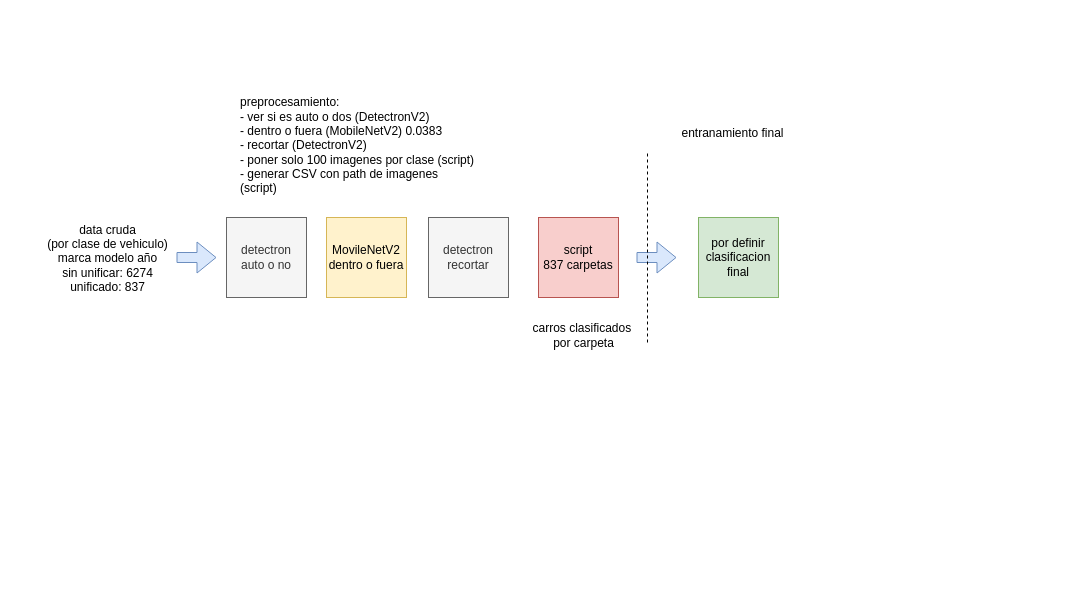
The draw.io diagram documentation/Diagrama sin título.drawio in josueelias9/AI-resnet_retraining, before the edit. Source tidied: cells renumbered, new cells numbered last; positions are measured from the earlier drawing's top-left corner, leaving out a move shared by most shapes. Both pictures are drawn from the tidied source at 100%, with x=0, y=0 at pixel (37, 88).
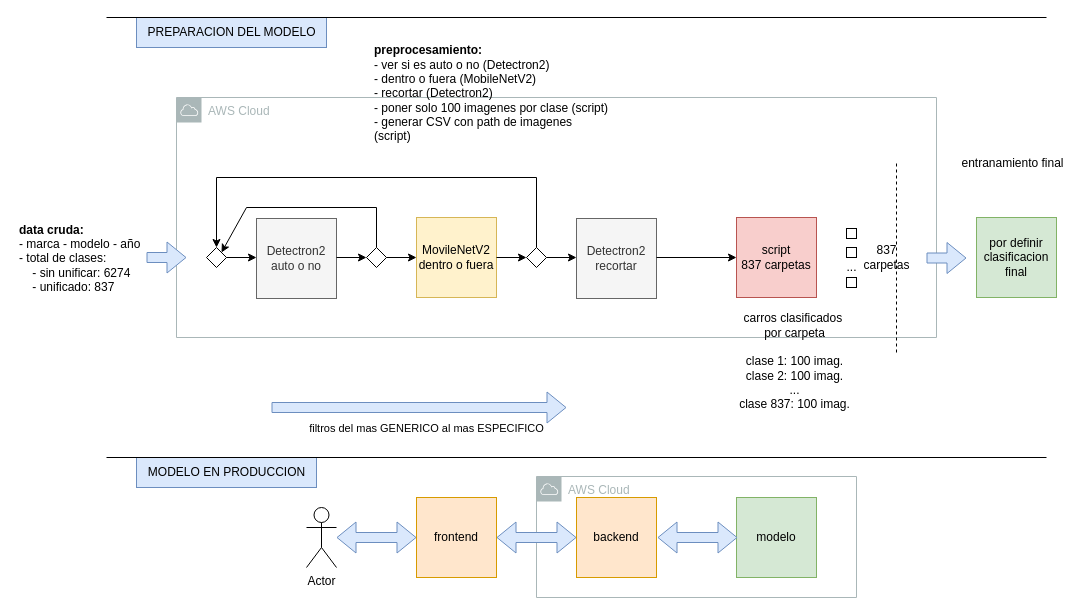
Above is the later version.

The edit, as a diff of the source:
```diff
@@
+    <mxCell id="14" value="AWS Cloud" style="sketch=0;gradientColor=none;html=1;whiteSpace=wrap;fontSize=12;fontStyle=0;shape=mxgraph.aws4.group;grIcon=mxgraph.aws4.group_aws_cloud;strokeColor=#AAB7B8;fillColor=none;verticalAlign=top;align=left;spacingLeft=30;fontColor=#AAB7B8;dashed=0;" parent="1" vertex="1">
+      <mxGeometry x="499" y="388" width="320" height="121" as="geometry" />
+    </mxCell>
+    <mxCell id="15" value="AWS Cloud" style="sketch=0;gradientColor=none;html=1;whiteSpace=wrap;fontSize=12;fontStyle=0;shape=mxgraph.aws4.group;grIcon=mxgraph.aws4.group_aws_cloud;strokeColor=#AAB7B8;fillColor=none;verticalAlign=top;align=left;spacingLeft=30;fontColor=#AAB7B8;dashed=0;" parent="1" vertex="1">
+      <mxGeometry x="139" y="9" width="760" height="240" as="geometry" />
+    </mxCell>
-    <mxCell id="2" value="detectron&lt;br&gt;auto o no" style="whiteSpace=wrap;html=1;fillColor=#f5f5f5;fontColor=#333333;strokeColor=#666666;" parent="1" vertex="1">
-      <mxGeometry x="189" y="129" width="80" height="80" as="geometry" />
+    <mxCell id="2" value="Detectron2&lt;br&gt;auto o no" style="whiteSpace=wrap;html=1;fillColor=#f5f5f5;fontColor=#333333;strokeColor=#666666;" parent="1" vertex="1">
+      <mxGeometry x="219" y="130" width="80" height="80" as="geometry" />
     </mxCell>
     <mxCell id="3" style="shape=flexArrow;endArrow=classic;html=1;rounded=0;fillColor=#dae8fc;strokeColor=#6c8ebf;" parent="1" edge="1">
       <mxGeometry relative="1" as="geometry">
-        <mxPoint x="139" y="169" as="sourcePoint" />
-        <mxPoint x="179" y="169" as="targetPoint" />
+        <mxPoint x="109" y="169" as="sourcePoint" />
+        <mxPoint x="149" y="169" as="targetPoint" />
       </mxGeometry>
     </mxCell>
     <mxCell id="4" value="MovileNetV2&lt;br&gt;dentro o fuera" style="whiteSpace=wrap;html=1;fillColor=#fff2cc;strokeColor=#d6b656;" parent="1" vertex="1">
-      <mxGeometry x="289" y="129" width="80" height="80" as="geometry" />
+      <mxGeometry x="379" y="129" width="80" height="80" as="geometry" />
     </mxCell>
     <mxCell id="5" style="shape=flexArrow;endArrow=classic;html=1;rounded=0;fillColor=#dae8fc;strokeColor=#6c8ebf;" parent="1" edge="1">
       <mxGeometry relative="1" as="geometry">
-        <mxPoint x="599" y="169" as="sourcePoint" />
-        <mxPoint x="639" y="169" as="targetPoint" />
+        <mxPoint x="889" y="169.5" as="sourcePoint" />
+        <mxPoint x="929" y="169.5" as="targetPoint" />
       </mxGeometry>
     </mxCell>
-    <mxCell id="6" value="data cruda&lt;br&gt;(por clase de vehiculo)&lt;br&gt;marca modelo año&lt;br&gt;sin unificar: 6274&lt;br&gt;unificado: 837" style="text;html=1;align=center;verticalAlign=middle;strokeColor=none;fillColor=none;" parent="1" vertex="1">
-      <mxGeometry y="128" width="139" height="84" as="geometry" />
+    <mxCell id="6" value="&lt;b&gt;data cruda:&lt;/b&gt;&lt;br&gt;- marca - modelo - año&lt;br&gt;- total de clases:&lt;br&gt;&amp;nbsp; &amp;nbsp; - sin unificar: 6274&lt;br&gt;&amp;nbsp; &amp;nbsp; - unificado: 837" style="text;html=1;align=left;verticalAlign=middle;strokeColor=none;fillColor=none;" parent="1" vertex="1">
+      <mxGeometry x="-20" y="125" width="140" height="90" as="geometry" />
     </mxCell>
-    <mxCell id="7" value="carros clasificados&amp;nbsp;&lt;br&gt;por carpeta" style="text;html=1;align=center;verticalAlign=middle;strokeColor=none;fillColor=none;" parent="1" vertex="1">
-      <mxGeometry x="486" y="226" width="120" height="41" as="geometry" />
+    <mxCell id="7" value="carros clasificados&amp;nbsp;&lt;br&gt;por carpeta&lt;br&gt;&lt;br&gt;clase 1: 100 imag.&lt;br&gt;clase 2: 100&amp;nbsp;imag.&lt;br&gt;...&lt;br&gt;clase 837: 100&amp;nbsp;imag." style="text;html=1;align=center;verticalAlign=middle;strokeColor=none;fillColor=none;" parent="1" vertex="1">
+      <mxGeometry x="692" y="216" width="129" height="113" as="geometry" />
     </mxCell>
-    <mxCell id="8" value="preprocesamiento:&lt;br&gt;- ver si es auto o dos (DetectronV2)&lt;br&gt;&lt;span style=&quot;background-color: initial;&quot;&gt;- dentro o fuera (MobileNetV2) 0.0383&lt;/span&gt;&lt;br&gt;&lt;div style=&quot;&quot;&gt;&lt;span style=&quot;background-color: initial;&quot;&gt;- recortar (DetectronV2)&lt;/span&gt;&lt;/div&gt;&lt;div style=&quot;&quot;&gt;&lt;span style=&quot;background-color: initial;&quot;&gt;- poner solo 100 imagenes por clase (script)&lt;/span&gt;&lt;/div&gt;&lt;div style=&quot;&quot;&gt;&lt;span style=&quot;background-color: initial;&quot;&gt;- generar CSV con path de imagenes&amp;nbsp;&lt;/span&gt;&lt;/div&gt;(script)" style="text;html=1;align=left;verticalAlign=middle;strokeColor=none;fillColor=none;" parent="1" vertex="1">
-      <mxGeometry x="201" width="252" height="113" as="geometry" />
+    <mxCell id="8" value="&lt;b&gt;preprocesamiento:&lt;br&gt;&lt;/b&gt;- ver si es auto o no&amp;nbsp;(Detectron2)&lt;br&gt;&lt;span style=&quot;background-color: initial;&quot;&gt;- dentro o fuera (MobileNetV2)&lt;/span&gt;&lt;br&gt;&lt;div style=&quot;&quot;&gt;&lt;span style=&quot;background-color: initial;&quot;&gt;- recortar (Detectron2)&lt;/span&gt;&lt;/div&gt;&lt;div style=&quot;&quot;&gt;&lt;span style=&quot;background-color: initial;&quot;&gt;- poner solo 100 imagenes por clase (script)&lt;/span&gt;&lt;/div&gt;&lt;div style=&quot;&quot;&gt;&lt;span style=&quot;background-color: initial;&quot;&gt;- generar CSV con path de imagenes&amp;nbsp;&lt;/span&gt;&lt;/div&gt;(script)" style="text;html=1;align=left;verticalAlign=middle;strokeColor=none;fillColor=none;" parent="1" vertex="1">
+      <mxGeometry x="335" y="-50" width="260" height="110" as="geometry" />
     </mxCell>
-    <mxCell id="9" value="detectron&lt;br&gt;recortar" style="whiteSpace=wrap;html=1;fillColor=#f5f5f5;fontColor=#333333;strokeColor=#666666;" parent="1" vertex="1">
-      <mxGeometry x="391" y="129" width="80" height="80" as="geometry" />
+    <mxCell id="9" value="Detectron2&lt;br&gt;recortar" style="whiteSpace=wrap;html=1;fillColor=#f5f5f5;fontColor=#333333;strokeColor=#666666;" parent="1" vertex="1">
+      <mxGeometry x="539" y="130" width="80" height="80" as="geometry" />
     </mxCell>
     <mxCell id="10" value="por definir&lt;br&gt;clasificacion final" style="whiteSpace=wrap;html=1;fillColor=#d5e8d4;strokeColor=#82b366;" parent="1" vertex="1">
-      <mxGeometry x="661" y="129" width="80" height="80" as="geometry" />
+      <mxGeometry x="939" y="129" width="80" height="80" as="geometry" />
     </mxCell>
     <mxCell id="11" value="script&lt;br&gt;837 carpetas" style="whiteSpace=wrap;html=1;fillColor=#f8cecc;strokeColor=#b85450;" parent="1" vertex="1">
-      <mxGeometry x="501" y="129" width="80" height="80" as="geometry" />
+      <mxGeometry x="699" y="129" width="80" height="80" as="geometry" />
     </mxCell>
     <mxCell id="12" value="entranamiento final" style="text;html=1;align=center;verticalAlign=middle;strokeColor=none;fillColor=none;" parent="1" vertex="1">
-      <mxGeometry x="635" y="32" width="120" height="26" as="geometry" />
+      <mxGeometry x="915" y="62" width="120" height="26" as="geometry" />
     </mxCell>
     <mxCell id="13" style="endArrow=none;dashed=1;html=1;rounded=0;" parent="1" edge="1">
       <mxGeometry relative="1" as="geometry">
-        <mxPoint x="610" y="254" as="sourcePoint" />
-        <mxPoint x="610" y="64" as="targetPoint" />
+        <mxPoint x="859" y="264" as="sourcePoint" />
+        <mxPoint x="859" y="74" as="targetPoint" />
       </mxGeometry>
     </mxCell>
+    <mxCell id="16" style="shape=flexArrow;endArrow=classic;html=1;rounded=0;fillColor=#dae8fc;strokeColor=#6c8ebf;" parent="1" edge="1">
+      <mxGeometry relative="1" as="geometry">
+        <mxPoint x="234" y="319" as="sourcePoint" />
+        <mxPoint x="529" y="319" as="targetPoint" />
+      </mxGeometry>
+    </mxCell>
+    <mxCell id="17" value="filtros del mas GENERICO al mas ESPECIFICO" style="edgeLabel;html=1;align=center;verticalAlign=middle;" parent="16" vertex="1">
+      <mxGeometry x="-0.7" y="1" relative="1" as="geometry">
+        <mxPoint x="110" y="21" as="offset" />
+      </mxGeometry>
+    </mxCell>
+    <mxCell id="18" style="rounded=0;whiteSpace=wrap;html=1;" parent="1" vertex="1">
+      <mxGeometry x="809" y="140" width="10" height="10" as="geometry" />
+    </mxCell>
+    <mxCell id="19" style="rounded=0;whiteSpace=wrap;html=1;" parent="1" vertex="1">
+      <mxGeometry x="809" y="159" width="10" height="10" as="geometry" />
+    </mxCell>
+    <mxCell id="20" style="rounded=0;whiteSpace=wrap;html=1;" parent="1" vertex="1">
+      <mxGeometry x="809" y="189" width="10" height="10" as="geometry" />
+    </mxCell>
+    <mxCell id="21" value="..." style="text;html=1;align=center;verticalAlign=middle;strokeColor=none;fillColor=none;" parent="1" vertex="1">
+      <mxGeometry x="799" y="164" width="30" height="30" as="geometry" />
+    </mxCell>
+    <mxCell id="22" value="837&lt;br&gt;carpetas" style="text;html=1;align=center;verticalAlign=middle;strokeColor=none;fillColor=none;" parent="1" vertex="1">
+      <mxGeometry x="814" y="149" width="70" height="40" as="geometry" />
+    </mxCell>
+    <mxCell id="23" value="backend" style="whiteSpace=wrap;html=1;fillColor=#ffe6cc;strokeColor=#d79b00;" parent="1" vertex="1">
+      <mxGeometry x="539" y="409" width="80" height="80" as="geometry" />
+    </mxCell>
+    <mxCell id="24" value="modelo" style="whiteSpace=wrap;html=1;fillColor=#d5e8d4;strokeColor=#82b366;" parent="1" vertex="1">
+      <mxGeometry x="699" y="409" width="80" height="80" as="geometry" />
+    </mxCell>
+    <mxCell id="25" value="frontend" style="whiteSpace=wrap;html=1;fillColor=#ffe6cc;strokeColor=#d79b00;" parent="1" vertex="1">
+      <mxGeometry x="379" y="409" width="80" height="80" as="geometry" />
+    </mxCell>
+    <mxCell id="26" value="Actor" style="shape=umlActor;verticalLabelPosition=bottom;verticalAlign=top;html=1;" parent="1" vertex="1">
+      <mxGeometry x="269" y="419" width="30" height="60" as="geometry" />
+    </mxCell>
+    <mxCell id="27" style="shape=flexArrow;endArrow=classic;startArrow=classic;html=1;rounded=0;fillColor=#dae8fc;strokeColor=#6c8ebf;" parent="1" edge="1">
+      <mxGeometry relative="1" as="geometry">
+        <mxPoint x="299" y="449" as="sourcePoint" />
+        <mxPoint x="379" y="449" as="targetPoint" />
+      </mxGeometry>
+    </mxCell>
+    <mxCell id="28" style="shape=flexArrow;endArrow=classic;startArrow=classic;html=1;rounded=0;fillColor=#dae8fc;strokeColor=#6c8ebf;" parent="1" edge="1">
+      <mxGeometry relative="1" as="geometry">
+        <mxPoint x="459" y="449" as="sourcePoint" />
+        <mxPoint x="539" y="449" as="targetPoint" />
+      </mxGeometry>
+    </mxCell>
+    <mxCell id="29" style="shape=flexArrow;endArrow=classic;startArrow=classic;html=1;rounded=0;fillColor=#dae8fc;strokeColor=#6c8ebf;" parent="1" edge="1">
+      <mxGeometry relative="1" as="geometry">
+        <mxPoint x="620" y="449" as="sourcePoint" />
+        <mxPoint x="700" y="449" as="targetPoint" />
+      </mxGeometry>
+    </mxCell>
+    <mxCell id="30" value="PREPARACION DEL MODELO" style="text;html=1;align=center;verticalAlign=middle;strokeColor=#6c8ebf;fillColor=#dae8fc;" parent="1" vertex="1">
+      <mxGeometry x="99" y="-71" width="190" height="30" as="geometry" />
+    </mxCell>
+    <mxCell id="31" value="MODELO EN PRODUCCION" style="text;html=1;align=center;verticalAlign=middle;strokeColor=#6c8ebf;fillColor=#dae8fc;" parent="1" vertex="1">
+      <mxGeometry x="99" y="369" width="180" height="30" as="geometry" />
+    </mxCell>
+    <mxCell id="32" style="endArrow=none;html=1;rounded=0;" parent="1" edge="1">
+      <mxGeometry relative="1" as="geometry">
+        <mxPoint x="69" y="369" as="sourcePoint" />
+        <mxPoint x="1009" y="369" as="targetPoint" />
+      </mxGeometry>
+    </mxCell>
+    <mxCell id="33" style="rhombus;whiteSpace=wrap;html=1;" parent="1" vertex="1">
+      <mxGeometry x="329" y="159" width="20" height="20" as="geometry" />
+    </mxCell>
+    <mxCell id="34" style="endArrow=classic;html=1;rounded=0;entryX=0;entryY=0.5;entryDx=0;entryDy=0;" parent="1" edge="1" target="4">
+      <mxGeometry relative="1" as="geometry">
+        <mxPoint x="349" y="169" as="sourcePoint" />
+      </mxGeometry>
+    </mxCell>
+    <mxCell id="35" style="endArrow=classic;html=1;rounded=0;entryX=0;entryY=0.5;entryDx=0;entryDy=0;" parent="1" edge="1">
+      <mxGeometry relative="1" as="geometry">
+        <mxPoint x="299" y="169" as="sourcePoint" />
+        <mxPoint x="329" y="169" as="targetPoint" />
+      </mxGeometry>
+    </mxCell>
+    <mxCell id="36" style="endArrow=classic;html=1;rounded=0;exitX=0.5;exitY=0;exitDx=0;exitDy=0;entryX=1;entryY=0;entryDx=0;entryDy=0;" parent="1" edge="1">
+      <mxGeometry relative="1" as="geometry">
+        <mxPoint x="339" y="159" as="sourcePoint" />
+        <mxPoint x="184" y="164" as="targetPoint" />
+        <Array as="points">
+          <mxPoint x="339" y="119" />
+          <mxPoint x="209" y="119" />
+        </Array>
+      </mxGeometry>
+    </mxCell>
+    <mxCell id="37" style="rhombus;whiteSpace=wrap;html=1;" parent="1" vertex="1">
+      <mxGeometry x="169" y="159" width="20" height="20" as="geometry" />
+    </mxCell>
+    <mxCell id="38" style="endArrow=classic;html=1;rounded=0;entryX=0;entryY=0.5;entryDx=0;entryDy=0;" parent="1" edge="1">
+      <mxGeometry relative="1" as="geometry">
+        <mxPoint x="189" y="169" as="sourcePoint" />
+        <mxPoint x="219" y="169" as="targetPoint" />
+      </mxGeometry>
+    </mxCell>
+    <mxCell id="39" style="endArrow=classic;html=1;rounded=0;entryX=0;entryY=0.5;entryDx=0;entryDy=0;" parent="1" edge="1">
+      <mxGeometry relative="1" as="geometry">
+        <mxPoint x="459" y="169" as="sourcePoint" />
+        <mxPoint x="489" y="169" as="targetPoint" />
+      </mxGeometry>
+    </mxCell>
+    <mxCell id="40" style="endArrow=classic;html=1;rounded=0;entryX=0;entryY=0.5;entryDx=0;entryDy=0;" parent="1" edge="1">
+      <mxGeometry relative="1" as="geometry">
+        <mxPoint x="509" y="169" as="sourcePoint" />
+        <mxPoint x="539" y="169" as="targetPoint" />
+      </mxGeometry>
+    </mxCell>
+    <mxCell id="41" style="endArrow=classic;html=1;rounded=0;entryX=0;entryY=0.5;entryDx=0;entryDy=0;" parent="1" edge="1" target="11">
+      <mxGeometry relative="1" as="geometry">
+        <mxPoint x="619" y="169" as="sourcePoint" />
+      </mxGeometry>
+    </mxCell>
+    <mxCell id="42" style="rhombus;whiteSpace=wrap;html=1;" parent="1" vertex="1">
+      <mxGeometry x="489" y="159" width="20" height="20" as="geometry" />
+    </mxCell>
+    <mxCell id="43" style="endArrow=classic;html=1;rounded=0;entryX=0.5;entryY=0;entryDx=0;entryDy=0;" parent="1" edge="1" target="37">
+      <mxGeometry relative="1" as="geometry">
+        <mxPoint x="499" y="159" as="sourcePoint" />
+        <Array as="points">
+          <mxPoint x="499" y="89" />
+          <mxPoint x="179" y="89" />
+        </Array>
+      </mxGeometry>
+    </mxCell>
+    <mxCell id="44" style="endArrow=none;html=1;rounded=0;" parent="1" edge="1">
+      <mxGeometry relative="1" as="geometry">
+        <mxPoint x="69" y="-71" as="sourcePoint" />
+        <mxPoint x="1009" y="-71" as="targetPoint" />
+      </mxGeometry>
+    </mxCell>
```
